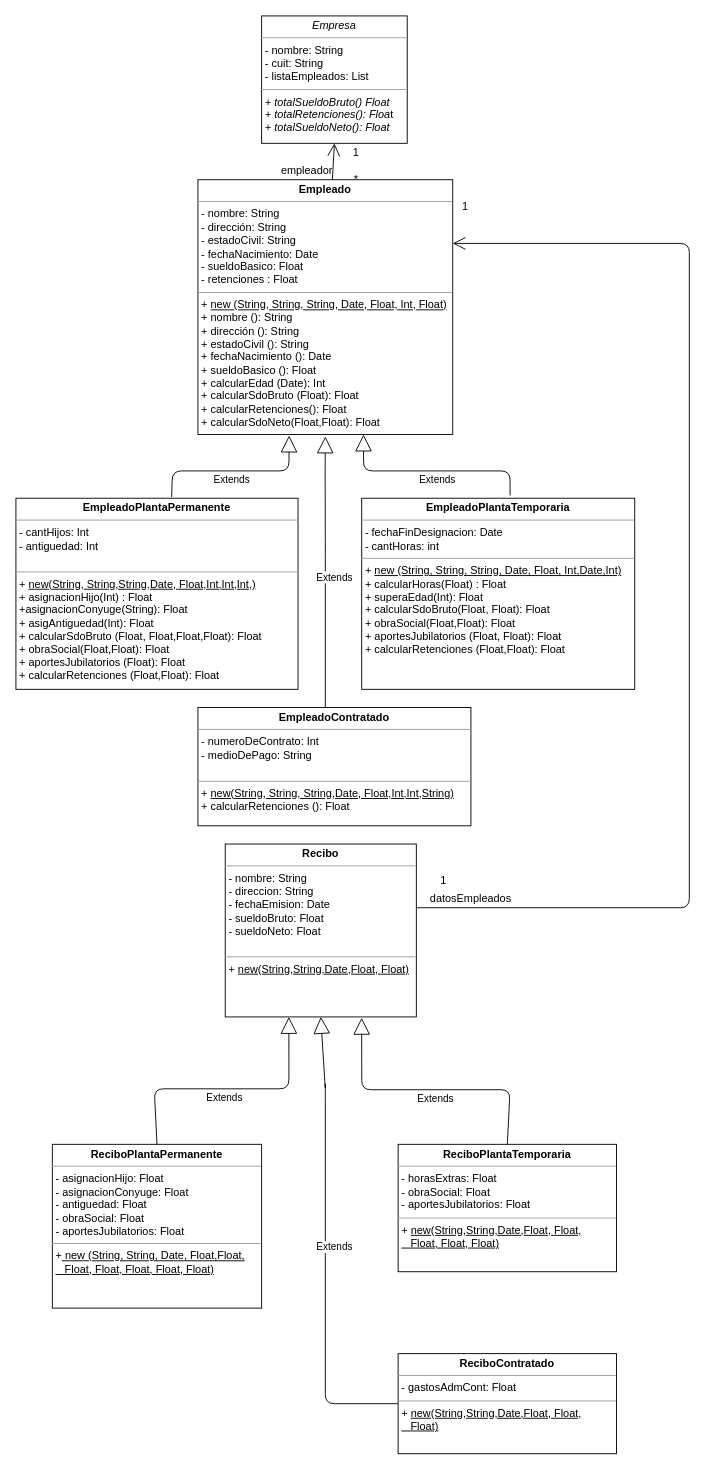
Above: TP2-UML-Sciacca Lucia.drawio in lulysciacca2013/unqui-po2-sciacca (draw.io), before the change. Source tidied: cells renumbered, new cells numbered last; positions are measured from the earlier drawing's top-left corner, leaving out a move shared by most shapes. Both pictures are drawn from the tidied source at 91%, with x=0, y=0 at pixel (15, 15).
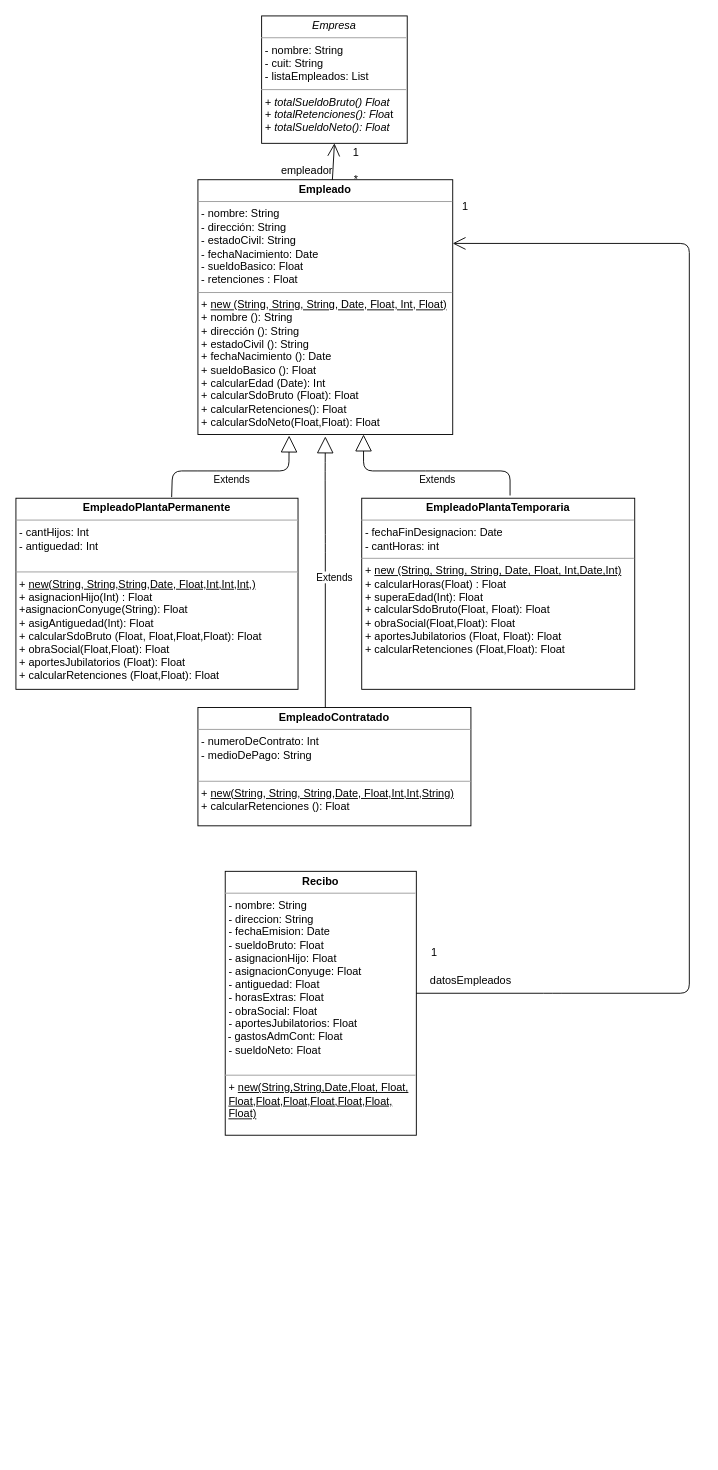
The same page after the edit.

The change refers to these unchanged cells:
```xml
<mxCell id="3" value="&lt;p style=&quot;margin: 0px ; margin-top: 4px ; text-align: center&quot;&gt;&lt;b&gt;Empleado&lt;/b&gt;&lt;/p&gt;&lt;hr size=&quot;1&quot;&gt;&lt;p style=&quot;margin: 0px ; margin-left: 4px&quot;&gt;- nombre: String&lt;/p&gt;&lt;p style=&quot;margin: 0px ; margin-left: 4px&quot;&gt;- dirección: String&lt;/p&gt;&lt;p style=&quot;margin: 0px ; margin-left: 4px&quot;&gt;- estadoCivil: String&lt;/p&gt;&lt;p style=&quot;margin: 0px ; margin-left: 4px&quot;&gt;- fechaNacimiento: Date&lt;/p&gt;&lt;p style=&quot;margin: 0px ; margin-left: 4px&quot;&gt;- sueldoBasico: Float&lt;/p&gt;&lt;p style=&quot;margin: 0px ; margin-left: 4px&quot;&gt;- retenciones : Float&lt;/p&gt;&lt;hr size=&quot;1&quot;&gt;&lt;p style=&quot;margin: 0px ; margin-left: 4px&quot;&gt;+ &lt;u&gt;new (String, String, String, Date, Float, Int, Float)&lt;/u&gt;&lt;/p&gt;&lt;p style=&quot;margin: 0px ; margin-left: 4px&quot;&gt;&lt;span&gt;+ nombre (): String&lt;/span&gt;&lt;/p&gt;&lt;p style=&quot;margin: 0px 0px 0px 4px&quot;&gt;+ dirección (): String&lt;/p&gt;&lt;p style=&quot;margin: 0px 0px 0px 4px&quot;&gt;+ estadoCivil (): String&lt;/p&gt;&lt;p style=&quot;margin: 0px 0px 0px 4px&quot;&gt;+ fechaNacimiento (): Date&lt;/p&gt;&lt;p style=&quot;margin: 0px 0px 0px 4px&quot;&gt;+ sueldoBasico (): Float&lt;/p&gt;&lt;p style=&quot;margin: 0px 0px 0px 4px&quot;&gt;+ calcularEdad (Date): Int&amp;nbsp;&lt;br&gt;&lt;/p&gt;&lt;p style=&quot;margin: 0px 0px 0px 4px&quot;&gt;+ calcularSdoBruto (Float): Float&lt;/p&gt;&lt;p style=&quot;margin: 0px 0px 0px 4px&quot;&gt;+ calcularRetenciones(): Float&lt;/p&gt;&lt;p style=&quot;margin: 0px 0px 0px 4px&quot;&gt;+ calcularSdoNeto(Float,Float): Float&lt;/p&gt;&lt;div&gt;&lt;br&gt;&lt;/div&gt;" style="verticalAlign=top;align=left;overflow=fill;fontSize=12;fontFamily=Helvetica;html=1;" parent="1" vertex="1">
  <mxGeometry x="200" y="180" width="280" height="280" as="geometry" />
</mxCell>
```

The edit, as a diff of the source:
```diff
@@
-    <mxCell id="13" value="&lt;p style=&quot;margin: 0px ; margin-top: 4px ; text-align: center&quot;&gt;&lt;b&gt;ReciboPlantaPermanente&lt;/b&gt;&lt;/p&gt;&lt;hr size=&quot;1&quot;&gt;&lt;p style=&quot;margin: 0px ; margin-left: 4px&quot;&gt;- asignacionHijo: Float&lt;/p&gt;&lt;p style=&quot;margin: 0px ; margin-left: 4px&quot;&gt;- asignacionConyuge: Float&lt;/p&gt;&lt;p style=&quot;margin: 0px ; margin-left: 4px&quot;&gt;- antiguedad: Float&lt;/p&gt;&lt;p style=&quot;margin: 0px ; margin-left: 4px&quot;&gt;- obraSocial: Float&lt;/p&gt;&lt;p style=&quot;margin: 0px ; margin-left: 4px&quot;&gt;- aportesJubilatorios: Float&lt;/p&gt;&lt;hr size=&quot;1&quot;&gt;&lt;p style=&quot;margin: 0px ; margin-left: 4px&quot;&gt;+&lt;u&gt; new (String, String, Date, Float,Float,&lt;/u&gt;&lt;/p&gt;&lt;p style=&quot;margin: 0px ; margin-left: 4px&quot;&gt;&lt;u&gt;&amp;nbsp; &amp;nbsp;Float, Float, Float, Float, Float)&lt;/u&gt;&lt;/p&gt;&lt;p style=&quot;margin: 0px ; margin-left: 4px&quot;&gt;&lt;br&gt;&lt;/p&gt;" style="verticalAlign=top;align=left;overflow=fill;fontSize=12;fontFamily=Helvetica;html=1;" parent="1" vertex="1">
-      <mxGeometry x="40" y="1240" width="230" height="180" as="geometry" />
-    </mxCell>
-    <mxCell id="14" value="&lt;p style=&quot;margin: 0px ; margin-top: 4px ; text-align: center&quot;&gt;&lt;b&gt;Recibo&lt;/b&gt;&lt;/p&gt;&lt;hr size=&quot;1&quot;&gt;&lt;p style=&quot;margin: 0px ; margin-left: 4px&quot;&gt;- nombre: String&lt;/p&gt;&lt;p style=&quot;margin: 0px ; margin-left: 4px&quot;&gt;- direccion: String&lt;/p&gt;&lt;p style=&quot;margin: 0px ; margin-left: 4px&quot;&gt;- fechaEmision: Date&lt;/p&gt;&lt;p style=&quot;margin: 0px ; margin-left: 4px&quot;&gt;- sueldoBruto: Float&lt;/p&gt;&lt;p style=&quot;margin: 0px ; margin-left: 4px&quot;&gt;- sueldoNeto: Float&lt;/p&gt;&lt;p style=&quot;margin: 0px ; margin-left: 4px&quot;&gt;&lt;br&gt;&lt;/p&gt;&lt;hr size=&quot;1&quot;&gt;&lt;p style=&quot;margin: 0px ; margin-left: 4px&quot;&gt;+ &lt;u&gt;new(String,String,Date,Float, Float)&lt;/u&gt;&lt;/p&gt;&lt;p style=&quot;margin: 0px ; margin-left: 4px&quot;&gt;&lt;br&gt;&lt;/p&gt;&lt;p style=&quot;margin: 0px ; margin-left: 4px&quot;&gt;&lt;br&gt;&lt;/p&gt;&lt;p style=&quot;margin: 0px ; margin-left: 4px&quot;&gt;&lt;br&gt;&lt;/p&gt;&lt;p style=&quot;margin: 0px ; margin-left: 4px&quot;&gt;&lt;br&gt;&lt;/p&gt;" style="verticalAlign=top;align=left;overflow=fill;fontSize=12;fontFamily=Helvetica;html=1;" parent="1" vertex="1">
-      <mxGeometry x="230" y="910" width="210" height="190" as="geometry" />
+    <mxCell id="14" value="&lt;p style=&quot;margin: 0px ; margin-top: 4px ; text-align: center&quot;&gt;&lt;b&gt;Recibo&lt;/b&gt;&lt;/p&gt;&lt;hr size=&quot;1&quot;&gt;&lt;p style=&quot;margin: 0px 0px 0px 4px&quot;&gt;- nombre: String&lt;/p&gt;&lt;p style=&quot;margin: 0px 0px 0px 4px&quot;&gt;- direccion: String&lt;/p&gt;&lt;p style=&quot;margin: 0px 0px 0px 4px&quot;&gt;- fechaEmision: Date&lt;/p&gt;&lt;p style=&quot;margin: 0px 0px 0px 4px&quot;&gt;- sueldoBruto: Float&lt;/p&gt;&lt;p style=&quot;margin: 0px 0px 0px 4px&quot;&gt;- asignacionHijo: Float&lt;/p&gt;&lt;p style=&quot;margin: 0px 0px 0px 4px&quot;&gt;- asignacionConyuge: Float&lt;/p&gt;&lt;p style=&quot;margin: 0px 0px 0px 4px&quot;&gt;- antiguedad: Float&lt;/p&gt;&lt;p style=&quot;margin: 0px 0px 0px 4px&quot;&gt;- horasExtras: Float&lt;br&gt;&lt;/p&gt;&lt;p style=&quot;margin: 0px 0px 0px 4px&quot;&gt;- obraSocial: Float&lt;/p&gt;&lt;p style=&quot;margin: 0px 0px 0px 4px&quot;&gt;- aportesJubilatorios: Float&lt;/p&gt;&lt;div&gt;&amp;nbsp;- gastosAdmCont: Float&lt;br&gt;&lt;/div&gt;&lt;p style=&quot;margin: 0px 0px 0px 4px&quot;&gt;- sueldoNeto: Float&lt;/p&gt;&lt;p style=&quot;margin: 0px 0px 0px 4px&quot;&gt;&lt;br&gt;&lt;/p&gt;&lt;hr size=&quot;1&quot;&gt;&lt;p style=&quot;margin: 0px 0px 0px 4px&quot;&gt;+&amp;nbsp;&lt;u&gt;new(String,String,Date,Float, Float,&lt;/u&gt;&lt;/p&gt;&lt;p style=&quot;margin: 0px 0px 0px 4px&quot;&gt;&lt;u&gt;Float,Float,Float,Float,Float,Float,&lt;/u&gt;&lt;/p&gt;&lt;p style=&quot;margin: 0px 0px 0px 4px&quot;&gt;&lt;u&gt;Float)&lt;/u&gt;&lt;/p&gt;&lt;p style=&quot;margin: 0px ; margin-left: 4px&quot;&gt;&lt;br&gt;&lt;/p&gt;&lt;p style=&quot;margin: 0px ; margin-left: 4px&quot;&gt;&lt;br&gt;&lt;/p&gt;&lt;p style=&quot;margin: 0px ; margin-left: 4px&quot;&gt;&lt;br&gt;&lt;/p&gt;" style="verticalAlign=top;align=left;overflow=fill;fontSize=12;fontFamily=Helvetica;html=1;" parent="1" vertex="1">
+      <mxGeometry x="230" y="940" width="210" height="290" as="geometry" />
     </mxCell>
-    <mxCell id="15" value="&lt;p style=&quot;margin: 0px ; margin-top: 4px ; text-align: center&quot;&gt;&lt;b&gt;ReciboContratado&lt;/b&gt;&lt;/p&gt;&lt;hr size=&quot;1&quot;&gt;&lt;p style=&quot;margin: 0px ; margin-left: 4px&quot;&gt;- gastosAdmCont: Float&lt;/p&gt;&lt;hr size=&quot;1&quot;&gt;&lt;p style=&quot;margin: 0px 0px 0px 4px&quot;&gt;+ &lt;u&gt;new(String,String,Date,Float, Float,&lt;br&gt;&lt;/u&gt;&lt;/p&gt;&lt;p style=&quot;margin: 0px 0px 0px 4px&quot;&gt;&lt;u&gt;&amp;nbsp; &amp;nbsp;Float)&lt;/u&gt;&lt;/p&gt;&lt;p style=&quot;margin: 0px 0px 0px 4px&quot;&gt;&lt;br&gt;&lt;/p&gt;&lt;p style=&quot;margin: 0px 0px 0px 4px&quot;&gt;&lt;br&gt;&lt;/p&gt;" style="verticalAlign=top;align=left;overflow=fill;fontSize=12;fontFamily=Helvetica;html=1;" parent="1" vertex="1">
-      <mxGeometry x="420" y="1470" width="240" height="110" as="geometry" />
-    </mxCell>
-    <mxCell id="16" value="&lt;p style=&quot;margin: 0px ; margin-top: 4px ; text-align: center&quot;&gt;&lt;b&gt;ReciboPlantaTemporaria&lt;/b&gt;&lt;/p&gt;&lt;hr size=&quot;1&quot;&gt;&lt;p style=&quot;margin: 0px ; margin-left: 4px&quot;&gt;- horasExtras: Float&lt;/p&gt;&lt;p style=&quot;margin: 0px ; margin-left: 4px&quot;&gt;- obraSocial: Float&lt;/p&gt;&lt;p style=&quot;margin: 0px ; margin-left: 4px&quot;&gt;- aportesJubilatorios: Float&lt;/p&gt;&lt;hr size=&quot;1&quot;&gt;&lt;p style=&quot;margin: 0px ; margin-left: 4px&quot;&gt;+ &lt;u&gt;new(String,String,Date,Float, Float,&lt;br&gt;&lt;/u&gt;&lt;/p&gt;&lt;p style=&quot;margin: 0px ; margin-left: 4px&quot;&gt;&lt;u&gt;&amp;nbsp; &amp;nbsp;Float, Float, Float)&lt;/u&gt;&lt;/p&gt;" style="verticalAlign=top;align=left;overflow=fill;fontSize=12;fontFamily=Helvetica;html=1;" parent="1" vertex="1">
-      <mxGeometry x="420" y="1240" width="240" height="140" as="geometry" />
-    </mxCell>
-    <mxCell id="17" value="Extends" style="endArrow=block;endSize=16;endFill=0;html=1;exitX=0.5;exitY=0;exitDx=0;exitDy=0;entryX=0.333;entryY=1;entryDx=0;entryDy=0;entryPerimeter=0;" parent="1" edge="1" source="13" target="14">
-      <mxGeometry x="-0.04" y="-10" relative="1" as="geometry">
-        <Array as="points">
-          <mxPoint x="152" y="1179" />
-          <mxPoint x="300" y="1179" />
-        </Array>
-      </mxGeometry>
-    </mxCell>
-    <mxCell id="18" value="Extends" style="endArrow=block;endSize=16;endFill=0;html=1;exitX=0.5;exitY=0;exitDx=0;exitDy=0;entryX=0.714;entryY=1.005;entryDx=0;entryDy=0;entryPerimeter=0;" parent="1" edge="1" source="16" target="14">
-      <mxGeometry x="-0.06" y="10" relative="1" as="geometry">
-        <Array as="points">
-          <mxPoint x="543" y="1180" />
-          <mxPoint x="380" y="1180" />
-          <mxPoint x="380" y="1160" />
-        </Array>
-      </mxGeometry>
-    </mxCell>
-    <mxCell id="19" value="Extends" style="endArrow=block;endSize=16;endFill=0;html=1;exitX=0;exitY=0.5;exitDx=0;exitDy=0;entryX=0.5;entryY=1;entryDx=0;entryDy=0;" parent="1" edge="1" source="15" target="14">
-      <mxGeometry x="-0.04" y="-10" relative="1" as="geometry">
-        <Array as="points">
-          <mxPoint x="340" y="1525" />
-          <mxPoint x="340" y="1200" />
-          <mxPoint x="340" y="1170" />
-          <mxPoint x="340" y="1180" />
-        </Array>
-      </mxGeometry>
-    </mxCell>
@@
     <mxCell id="21" value="1" style="text;html=1;strokeColor=none;fillColor=none;align=center;verticalAlign=middle;whiteSpace=wrap;rounded=0;" parent="1" vertex="1">
-      <mxGeometry x="450" y="940" width="40" height="20" as="geometry" />
+      <mxGeometry x="440" y="1020" width="40" height="20" as="geometry" />
     </mxCell>
@@
     <mxCell id="23" style="endArrow=open;endFill=1;endSize=12;html=1;entryX=1;entryY=0.25;entryDx=0;entryDy=0;" parent="1" edge="1" target="3">
       <mxGeometry relative="1" as="geometry">
-        <mxPoint x="440" y="980" as="sourcePoint" />
+        <mxPoint x="440" y="1074" as="sourcePoint" />
         <Array as="points">
-          <mxPoint x="740" y="980" />
+          <mxPoint x="590" y="1074" />
+          <mxPoint x="740" y="1074" />
           <mxPoint x="740" y="250" />
         </Array>
       </mxGeometry>
     </mxCell>
     <mxCell id="24" value="datosEmpleados" style="text;html=1;strokeColor=none;fillColor=none;align=center;verticalAlign=middle;whiteSpace=wrap;rounded=0;" parent="1" vertex="1">
-      <mxGeometry x="480" y="960" width="40" height="20" as="geometry" />
+      <mxGeometry x="480" y="1050" width="40" height="20" as="geometry" />
     </mxCell>
```
